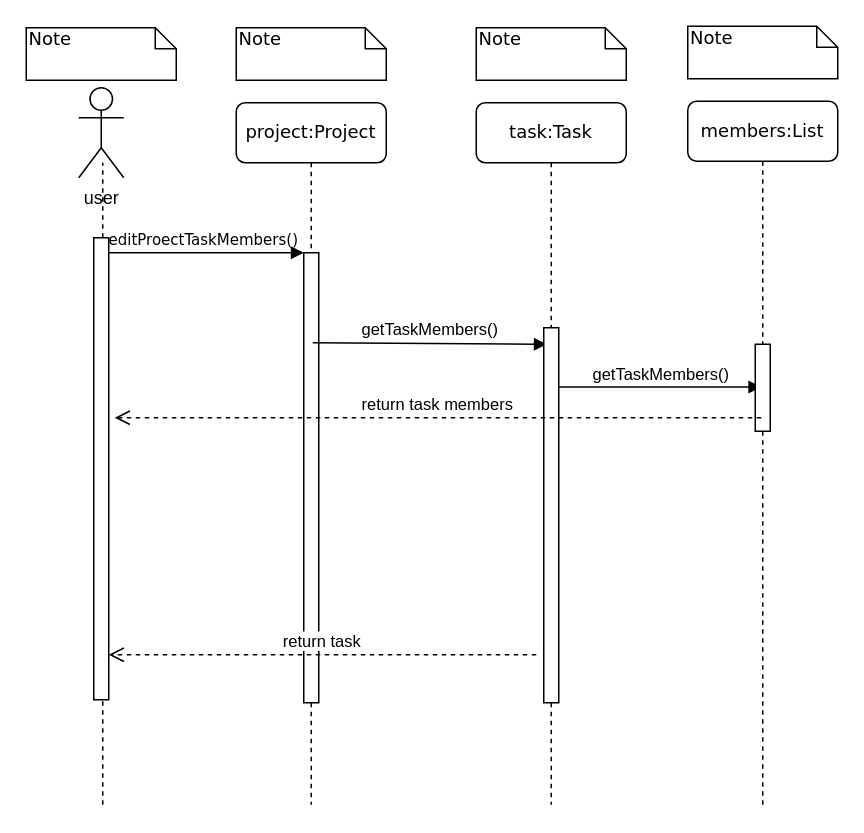
Earlier version of the draw.io diagram Behavioral Modeling/seq diagram - task - edit task members.drawio (amirabbas8/ScrumOfficer). Source tidied: cells renumbered, new cells numbered last; positions are measured from the earlier drawing's top-left corner, leaving out a move shared by most shapes. Both pictures are drawn from the tidied source at 150%, with x=0, y=0 at pixel (26, 26).
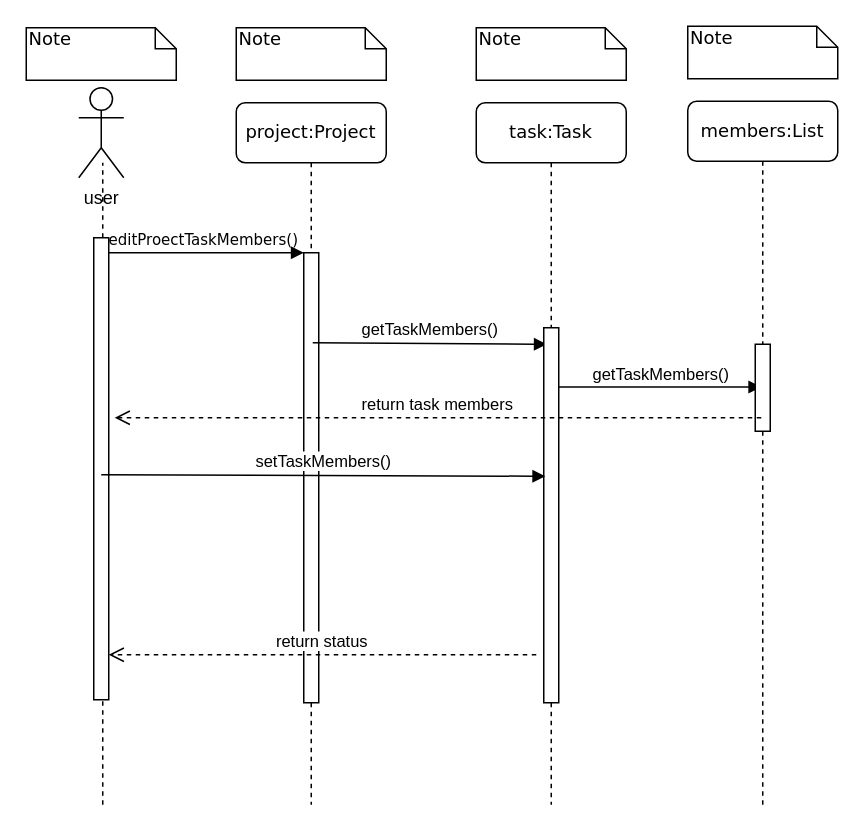
The same diagram, later.

Commit message:
edit task members seq dgrm #21

Unchanged cells that the change refers to:
```xml
<mxCell id="6" style="html=1;points=[];perimeter=orthogonalPerimeter;rounded=0;shadow=0;comic=0;labelBackgroundColor=none;strokeColor=#000000;strokeWidth=1;fillColor=#FFFFFF;fontFamily=Verdana;fontSize=12;fontColor=#000000;align=center;" parent="5" vertex="1">
  <mxGeometry x="45" y="150" width="10" height="250" as="geometry" />
</mxCell>
<mxCell id="14" style="html=1;points=[];perimeter=orthogonalPerimeter;" parent="1" vertex="1">
  <mxGeometry x="45" y="141" width="10" height="308" as="geometry" />
</mxCell>
```

What changed in the source:
```diff
@@
-    <mxCell id="20" value="return task" style="html=1;verticalAlign=bottom;endArrow=open;dashed=1;endSize=8;" parent="1" edge="1" target="14">
+    <mxCell id="20" value="return status" style="html=1;verticalAlign=bottom;endArrow=open;dashed=1;endSize=8;" parent="1" edge="1" target="14">
       <mxGeometry relative="1" as="geometry">
         <mxPoint x="340" y="419" as="sourcePoint" />
       </mxGeometry>
     </mxCell>
+    <mxCell id="21" value="setTaskMembers()" style="html=1;verticalAlign=bottom;endArrow=block;entryX=0.1;entryY=0.396;entryDx=0;entryDy=0;entryPerimeter=0;" parent="1" edge="1" target="6">
+      <mxGeometry relative="1" as="geometry">
+        <mxPoint x="50" y="299" as="sourcePoint" />
+      </mxGeometry>
+    </mxCell>
```
